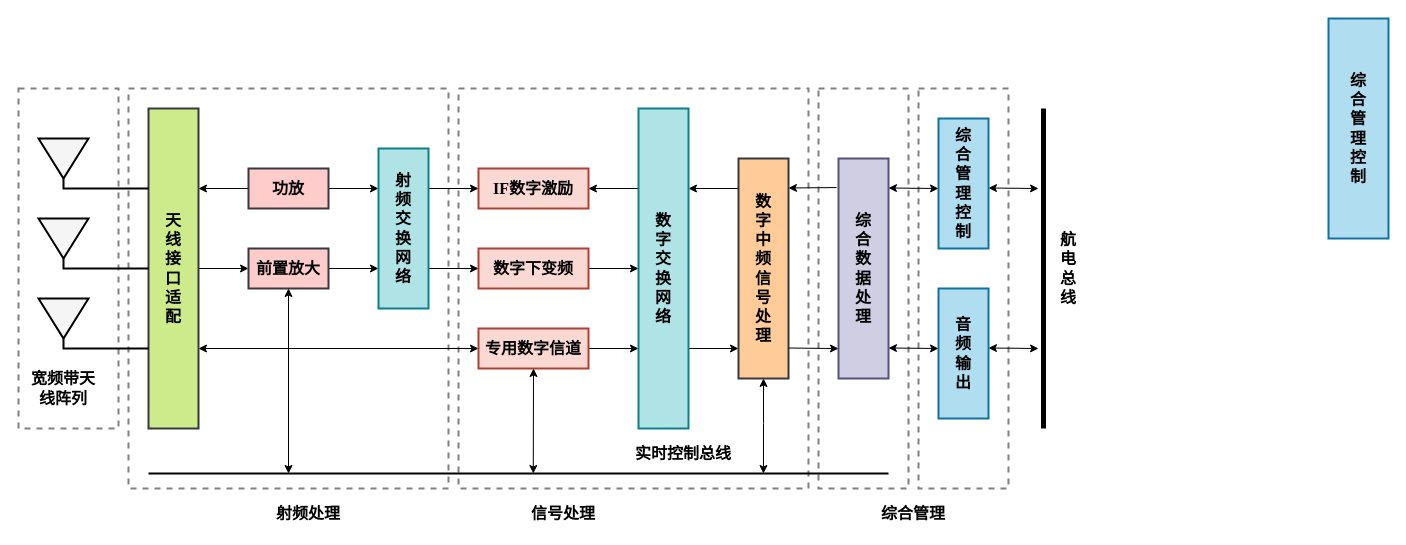
Earlier version of the draw.io diagram 多功能综合射频系统.drawio (debeetle/Drawio). Source tidied: cells renumbered, new cells numbered last; positions are measured from the earlier drawing's top-left corner, leaving out a move shared by most shapes. Both pictures are drawn from the tidied source at 100%, with x=0, y=0 at pixel (18, 18).
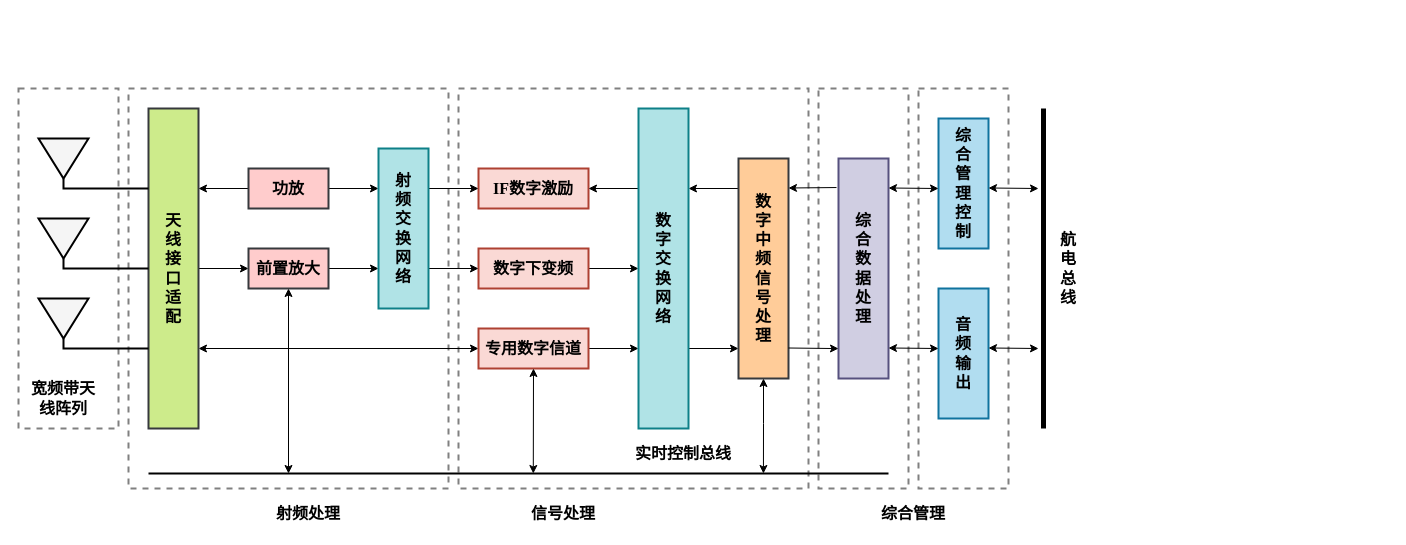
The same page after the edit.

Commit message (it also covers changes not shown here):
更新多功能综合射频系统.drawio

Change to the diagram source:
```diff
@@
-    <mxCell id="30" value="综&lt;br style=&quot;font-size: 16px;&quot;&gt;合&lt;br style=&quot;font-size: 16px;&quot;&gt;管&lt;br style=&quot;font-size: 16px;&quot;&gt;理&lt;br style=&quot;font-size: 16px;&quot;&gt;控&lt;br style=&quot;font-size: 16px;&quot;&gt;制" style="rounded=0;whiteSpace=wrap;html=1;fillColor=#b1ddf0;strokeColor=#10739e;fontSize=16;fontFamily=宋体;fontStyle=1;strokeWidth=2;" parent="1" vertex="1">
-      <mxGeometry x="1310" width="60" height="220" as="geometry" />
-    </mxCell>
@@
     <mxCell id="32" value="宽频带天线阵列" style="text;html=1;strokeColor=none;fillColor=none;align=center;verticalAlign=middle;whiteSpace=wrap;rounded=0;fontSize=16;fontFamily=宋体;fontStyle=1;" parent="1" vertex="1">
-      <mxGeometry x="10" y="350" width="70" height="40" as="geometry" />
+      <mxGeometry x="10" y="360" width="70" height="40" as="geometry" />
     </mxCell>
```
